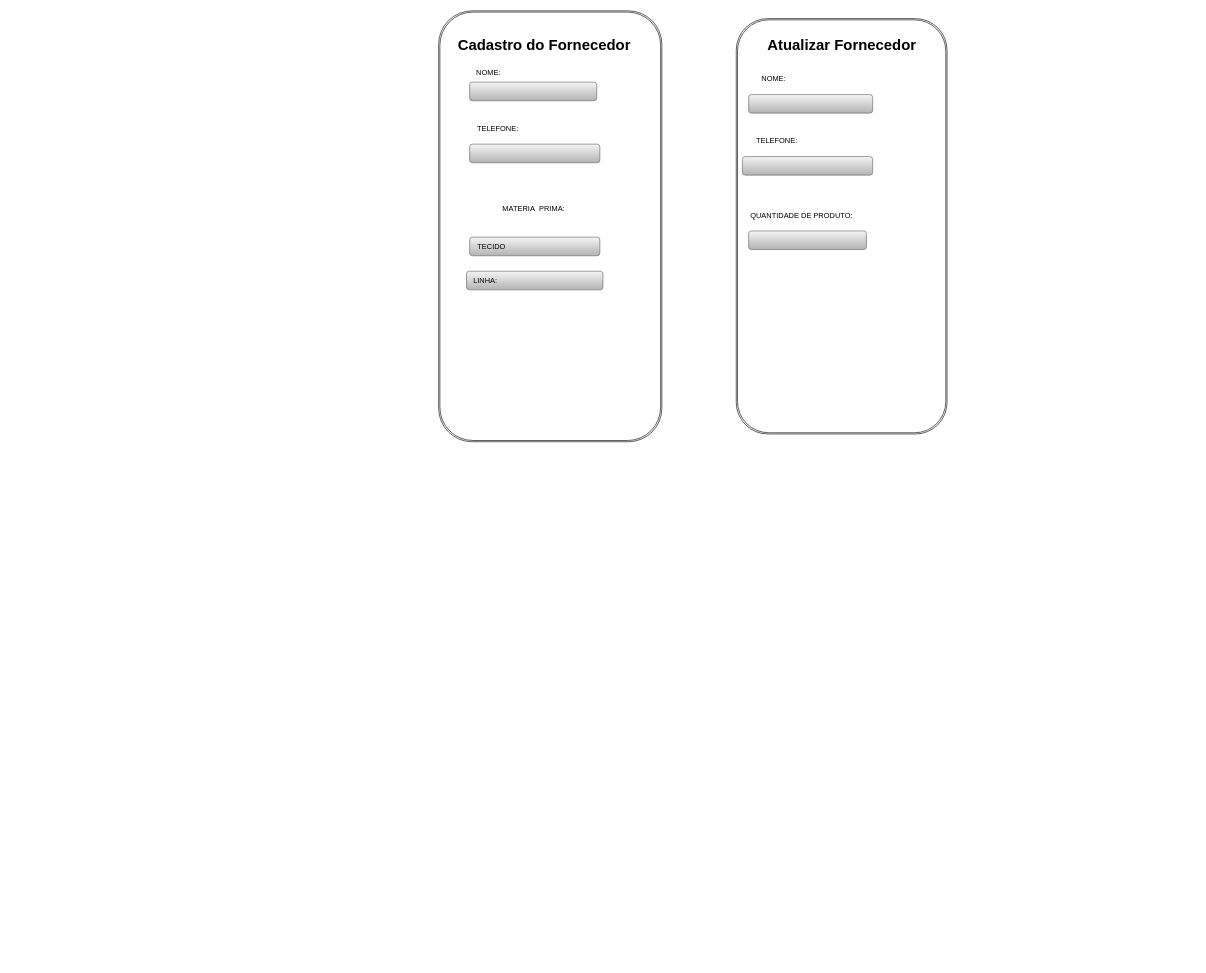
Before: page "Página-2" (2 of 3) of doc/telas.drawio in pati573022/avatarapp, a draw.io diagram. Source tidied: cells renumbered, new cells numbered last; positions are measured from the earlier drawing's top-left corner, leaving out a move shared by most shapes. Both pictures are drawn from the tidied source at 62%, with x=0, y=0 at pixel (438, 11).
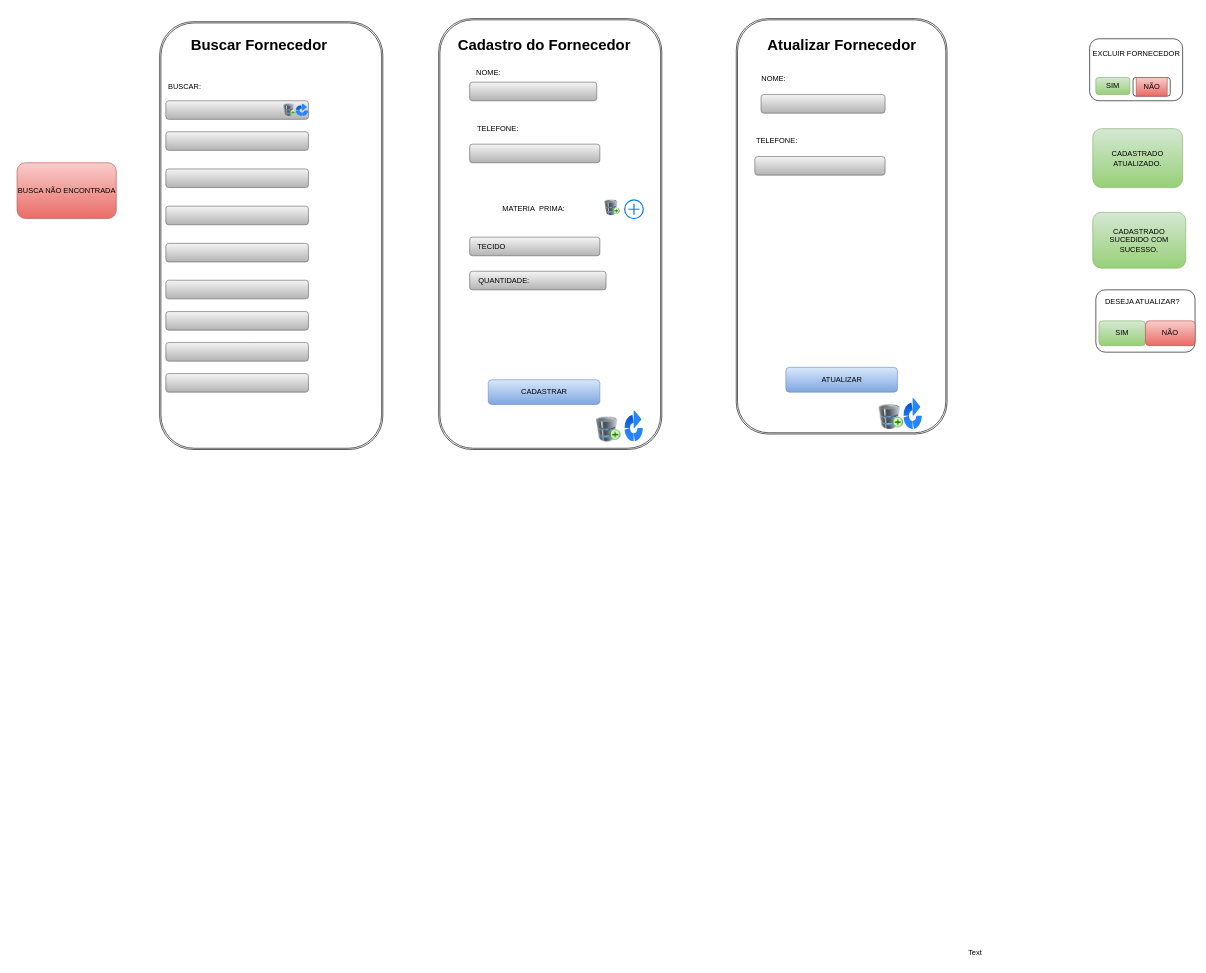
After the change.

Change to the diagram source:
```diff
@@
     <mxCell id="2" style="shape=ext;double=1;rounded=1;whiteSpace=wrap;html=1;" parent="1" vertex="1">
-      <mxGeometry width="360" height="695" as="geometry" />
+      <mxGeometry y="12.5" width="360" height="695" as="geometry" />
     </mxCell>
@@
     <mxCell id="13" style="rounded=1;whiteSpace=wrap;html=1;fillColor=#f5f5f5;gradientColor=#b3b3b3;strokeColor=#666666;" parent="1" vertex="1">
-      <mxGeometry x="500" y="135" width="200" height="30" as="geometry" />
+      <mxGeometry x="520" y="135" width="200" height="30" as="geometry" />
     </mxCell>
@@
     <mxCell id="15" style="rounded=1;whiteSpace=wrap;html=1;fillColor=#f5f5f5;gradientColor=#b3b3b3;strokeColor=#666666;" parent="1" vertex="1">
-      <mxGeometry x="490" y="235" width="210" height="30" as="geometry" />
+      <mxGeometry x="510" y="235" width="210" height="30" as="geometry" />
     </mxCell>
@@
-    <mxCell id="19" style="rounded=1;whiteSpace=wrap;html=1;fillColor=#f5f5f5;gradientColor=#b3b3b3;strokeColor=#666666;" parent="1" vertex="1">
-      <mxGeometry x="45" y="420" width="220" height="30" as="geometry" />
-    </mxCell>
-    <mxCell id="20" value="LINHA:" style="text;html=1;align=center;verticalAlign=middle;strokeColor=none;fillColor=none;" parent="1" vertex="1">
-      <mxGeometry x="45" y="420" width="60" height="30" as="geometry" />
-    </mxCell>
-    <mxCell id="21" value="QUANTIDADE DE PRODUTO:" style="text;html=1;align=center;verticalAlign=middle;strokeColor=none;fillColor=none;" parent="1" vertex="1">
-      <mxGeometry x="490" y="315" width="190" height="30" as="geometry" />
-    </mxCell>
-    <mxCell id="22" style="rounded=1;whiteSpace=wrap;html=1;fillColor=#f5f5f5;gradientColor=#b3b3b3;strokeColor=#666666;" parent="1" vertex="1">
-      <mxGeometry x="500" y="355" width="190" height="30" as="geometry" />
-    </mxCell>
+    <mxCell id="23" style="rounded=1;whiteSpace=wrap;html=1;" parent="1" vertex="1">
+      <mxGeometry x="1050" y="45" width="150" height="100" as="geometry" />
+    </mxCell>
+    <mxCell id="24" style="edgeStyle=orthogonalEdgeStyle;rounded=0;orthogonalLoop=1;jettySize=auto;html=1;exitX=0.5;exitY=1;exitDx=0;exitDy=0;" parent="1" edge="1" source="23" target="23">
+      <mxGeometry relative="1" as="geometry" />
+    </mxCell>
+    <mxCell id="25" value="EXCLUIR FORNECEDOR" style="text;html=1;align=center;verticalAlign=middle;strokeColor=none;fillColor=none;" parent="1" vertex="1">
+      <mxGeometry x="1045" y="55" width="160" height="30" as="geometry" />
+    </mxCell>
+    <mxCell id="26" value="Text" style="text;html=1;align=center;verticalAlign=middle;strokeColor=none;fillColor=none;" parent="1" vertex="1">
+      <mxGeometry x="840" y="1505" width="50" height="30" as="geometry" />
+    </mxCell>
+    <mxCell id="27" value="SIM" style="rounded=1;whiteSpace=wrap;html=1;fillColor=#d5e8d4;gradientColor=#97d077;strokeColor=#82b366;" parent="1" vertex="1">
+      <mxGeometry x="1060" y="107.5" width="55" height="27.5" as="geometry" />
+    </mxCell>
+    <mxCell id="28" style="rounded=1;whiteSpace=wrap;html=1;" parent="1" vertex="1">
+      <mxGeometry x="1120" y="107.5" width="60" height="30" as="geometry" />
+    </mxCell>
+    <mxCell id="29" value="NÃO" style="text;html=1;align=center;verticalAlign=middle;fillColor=#f8cecc;gradientColor=#ea6b66;strokeColor=#b85450;" parent="1" vertex="1">
+      <mxGeometry x="1125" y="107.5" width="50" height="30" as="geometry" />
+    </mxCell>
+    <mxCell id="30" style="shape=ext;double=1;rounded=1;whiteSpace=wrap;html=1;" parent="1" vertex="1">
+      <mxGeometry x="-450" y="17.5" width="360" height="690" as="geometry" />
+    </mxCell>
+    <mxCell id="31" value="Buscar Fornecedor" style="text;strokeColor=none;fillColor=none;html=1;fontSize=24;fontStyle=1;verticalAlign=middle;align=center;" parent="1" vertex="1">
+      <mxGeometry x="-340" y="35" width="100" height="40" as="geometry" />
+    </mxCell>
+    <mxCell id="32" value="BUSCAR:" style="text;html=1;align=center;verticalAlign=middle;strokeColor=none;fillColor=none;" parent="1" vertex="1">
+      <mxGeometry x="-450" y="107.5" width="80" height="30" as="geometry" />
+    </mxCell>
+    <mxCell id="33" style="rounded=1;whiteSpace=wrap;html=1;fillColor=#f5f5f5;gradientColor=#b3b3b3;strokeColor=#666666;" parent="1" vertex="1">
+      <mxGeometry x="-440" y="145" width="230" height="30" as="geometry" />
+    </mxCell>
+    <mxCell id="34" style="edgeStyle=orthogonalEdgeStyle;rounded=0;orthogonalLoop=1;jettySize=auto;html=1;exitX=0.5;exitY=1;exitDx=0;exitDy=0;" parent="1" edge="1">
+      <mxGeometry relative="1" as="geometry">
+        <mxPoint x="260" y="935" as="sourcePoint" />
+        <mxPoint x="260" y="935" as="targetPoint" />
+      </mxGeometry>
+    </mxCell>
+    <mxCell id="35" style="rounded=1;whiteSpace=wrap;html=1;fillColor=#dae8fc;gradientColor=#7ea6e0;strokeColor=#6c8ebf;" parent="1" vertex="1">
+      <mxGeometry x="80" y="595" width="180" height="40" as="geometry" />
+    </mxCell>
+    <mxCell id="36" style="rounded=1;whiteSpace=wrap;html=1;fillColor=#dae8fc;gradientColor=#7ea6e0;strokeColor=#6c8ebf;" parent="1" vertex="1">
+      <mxGeometry x="560" y="575" width="180" height="40" as="geometry" />
+    </mxCell>
+    <mxCell id="37" value="CADASTRAR" style="text;html=1;align=center;verticalAlign=middle;strokeColor=none;fillColor=none;" parent="1" vertex="1">
+      <mxGeometry x="120" y="600" width="100" height="30" as="geometry" />
+    </mxCell>
+    <mxCell id="38" value="ATUALIZAR" style="text;html=1;align=center;verticalAlign=middle;strokeColor=none;fillColor=none;" parent="1" vertex="1">
+      <mxGeometry x="605" y="580" width="90" height="30" as="geometry" />
+    </mxCell>
+    <mxCell id="39" style="image;html=1;image=img/lib/atlassian/Bamboo_Logo.svg;" parent="1" vertex="1">
+      <mxGeometry x="300" y="645" width="30" height="50" as="geometry" />
+    </mxCell>
+    <mxCell id="40" style="edgeStyle=orthogonalEdgeStyle;rounded=0;orthogonalLoop=1;jettySize=auto;html=1;exitX=0.5;exitY=1;exitDx=0;exitDy=0;" parent="1" edge="1">
+      <mxGeometry relative="1" as="geometry">
+        <mxPoint x="561.5" y="925" as="sourcePoint" />
+        <mxPoint x="561.5" y="925" as="targetPoint" />
+      </mxGeometry>
+    </mxCell>
+    <mxCell id="41" style="edgeStyle=orthogonalEdgeStyle;rounded=0;orthogonalLoop=1;jettySize=auto;html=1;exitX=0.5;exitY=1;exitDx=0;exitDy=0;" parent="1" edge="1">
+      <mxGeometry relative="1" as="geometry">
+        <mxPoint x="561.5" y="925" as="sourcePoint" />
+        <mxPoint x="561.5" y="925" as="targetPoint" />
+      </mxGeometry>
+    </mxCell>
+    <mxCell id="42" style="image;html=1;image=img/lib/atlassian/Bamboo_Logo.svg;" parent="1" vertex="1">
+      <mxGeometry x="750" y="625" width="30" height="50" as="geometry" />
+    </mxCell>
+    <mxCell id="43" style="image;html=1;image=img/lib/clip_art/computers/Database_Add_128x128.png;" parent="1" vertex="1">
+      <mxGeometry x="-280" y="150" width="80" height="20" as="geometry" />
+    </mxCell>
+    <mxCell id="44" style="html=1;verticalLabelPosition=bottom;align=center;labelBackgroundColor=#ffffff;verticalAlign=top;strokeWidth=2;strokeColor=#0080F0;shadow=0;dashed=0;shape=mxgraph.ios7.icons.add;" parent="1" vertex="1">
+      <mxGeometry x="300" y="305" width="30" height="30" as="geometry" />
+    </mxCell>
+    <mxCell id="45" style="image;html=1;image=img/lib/atlassian/Bamboo_Logo.svg;" parent="1" vertex="1">
+      <mxGeometry x="-230" y="150" width="20" height="20" as="geometry" />
+    </mxCell>
+    <mxCell id="46" style="rounded=1;whiteSpace=wrap;html=1;fillColor=#f5f5f5;gradientColor=#b3b3b3;strokeColor=#666666;" parent="1" vertex="1">
+      <mxGeometry x="-440" y="195" width="230" height="30" as="geometry" />
+    </mxCell>
+    <mxCell id="47" style="rounded=1;whiteSpace=wrap;html=1;fillColor=#f5f5f5;gradientColor=#b3b3b3;strokeColor=#666666;" parent="1" vertex="1">
+      <mxGeometry x="-440" y="255" width="230" height="30" as="geometry" />
+    </mxCell>
+    <mxCell id="48" style="rounded=1;whiteSpace=wrap;html=1;fillColor=#f5f5f5;gradientColor=#b3b3b3;strokeColor=#666666;" parent="1" vertex="1">
+      <mxGeometry x="-440" y="315" width="230" height="30" as="geometry" />
+    </mxCell>
+    <mxCell id="49" style="rounded=1;whiteSpace=wrap;html=1;fillColor=#f5f5f5;gradientColor=#b3b3b3;strokeColor=#666666;" parent="1" vertex="1">
+      <mxGeometry x="-440" y="375" width="230" height="30" as="geometry" />
+    </mxCell>
+    <mxCell id="50" style="rounded=1;whiteSpace=wrap;html=1;fillColor=#f5f5f5;gradientColor=#b3b3b3;strokeColor=#666666;" parent="1" vertex="1">
+      <mxGeometry x="-440" y="434.5" width="230" height="30" as="geometry" />
+    </mxCell>
+    <mxCell id="51" style="rounded=1;whiteSpace=wrap;html=1;fillColor=#f5f5f5;gradientColor=#b3b3b3;strokeColor=#666666;" parent="1" vertex="1">
+      <mxGeometry x="-440" y="485" width="230" height="30" as="geometry" />
+    </mxCell>
+    <mxCell id="52" style="rounded=1;whiteSpace=wrap;html=1;fillColor=#f5f5f5;gradientColor=#b3b3b3;strokeColor=#666666;" parent="1" vertex="1">
+      <mxGeometry x="-440" y="535" width="230" height="30" as="geometry" />
+    </mxCell>
+    <mxCell id="53" style="rounded=1;whiteSpace=wrap;html=1;fillColor=#f5f5f5;gradientColor=#b3b3b3;strokeColor=#666666;" parent="1" vertex="1">
+      <mxGeometry x="-440" y="585" width="230" height="30" as="geometry" />
+    </mxCell>
+    <mxCell id="54" style="image;html=1;image=img/lib/clip_art/computers/Database_Add_128x128.png;" parent="1" vertex="1">
+      <mxGeometry x="240" y="305" width="80" height="25" as="geometry" />
+    </mxCell>
+    <mxCell id="55" style="image;html=1;image=img/lib/clip_art/computers/Database_Add_128x128.png;" parent="1" vertex="1">
+      <mxGeometry x="254" y="655" width="40" height="40" as="geometry" />
+    </mxCell>
+    <mxCell id="56" style="image;html=1;image=img/lib/clip_art/computers/Database_Add_128x128.png;" parent="1" vertex="1">
+      <mxGeometry x="700" y="635" width="60" height="40" as="geometry" />
+    </mxCell>
+    <mxCell id="57" style="rounded=1;whiteSpace=wrap;html=1;fillColor=#f8cecc;gradientColor=#ea6b66;strokeColor=#b85450;" parent="1" vertex="1">
+      <mxGeometry x="-680" y="245" width="160" height="90" as="geometry" />
+    </mxCell>
+    <mxCell id="58" value="BUSCA NÃO ENCONTRADA" style="text;html=1;align=center;verticalAlign=middle;strokeColor=none;fillColor=none;" parent="1" vertex="1">
+      <mxGeometry x="-690" y="275" width="180" height="30" as="geometry" />
+    </mxCell>
+    <mxCell id="59" value="CADASTRADO ATUALIZADO." style="rounded=1;whiteSpace=wrap;html=1;fillColor=#d5e8d4;gradientColor=#97d077;strokeColor=#82b366;" parent="1" vertex="1">
+      <mxGeometry x="1055" y="190" width="145" height="95" as="geometry" />
+    </mxCell>
+    <mxCell id="60" value="CADASTRADO SUCEDIDO COM SUCESSO." style="rounded=1;whiteSpace=wrap;html=1;fillColor=#d5e8d4;gradientColor=#97d077;strokeColor=#82b366;" parent="1" vertex="1">
+      <mxGeometry x="1055" y="325" width="150" height="90" as="geometry" />
+    </mxCell>
+    <mxCell id="61" style="rounded=1;whiteSpace=wrap;html=1;" parent="1" vertex="1">
+      <mxGeometry x="1060" y="450" width="160" height="100.5" as="geometry" />
+    </mxCell>
+    <mxCell id="62" value="DESEJA ATUALIZAR?" style="text;html=1;align=center;verticalAlign=middle;strokeColor=none;fillColor=none;" parent="1" vertex="1">
+      <mxGeometry x="1065" y="455" width="140" height="30" as="geometry" />
+    </mxCell>
+    <mxCell id="63" value="SIM" style="rounded=1;whiteSpace=wrap;html=1;fillColor=#d5e8d4;gradientColor=#97d077;strokeColor=#82b366;" parent="1" vertex="1">
+      <mxGeometry x="1065" y="500" width="75" height="40" as="geometry" />
+    </mxCell>
+    <mxCell id="64" value="NÃO" style="rounded=1;whiteSpace=wrap;html=1;fillColor=#f8cecc;gradientColor=#ea6b66;strokeColor=#b85450;" parent="1" vertex="1">
+      <mxGeometry x="1140" y="500" width="80" height="40" as="geometry" />
+    </mxCell>
+    <mxCell id="65" style="rounded=1;whiteSpace=wrap;html=1;fillColor=#f5f5f5;gradientColor=#b3b3b3;strokeColor=#666666;" parent="1" vertex="1">
+      <mxGeometry x="50" y="420" width="220" height="30" as="geometry" />
+    </mxCell>
+    <mxCell id="66" value="QUANTIDADE:" style="text;html=1;align=center;verticalAlign=middle;strokeColor=none;fillColor=none;" parent="1" vertex="1">
+      <mxGeometry x="50" y="420" width="110" height="30" as="geometry" />
+    </mxCell>
```
